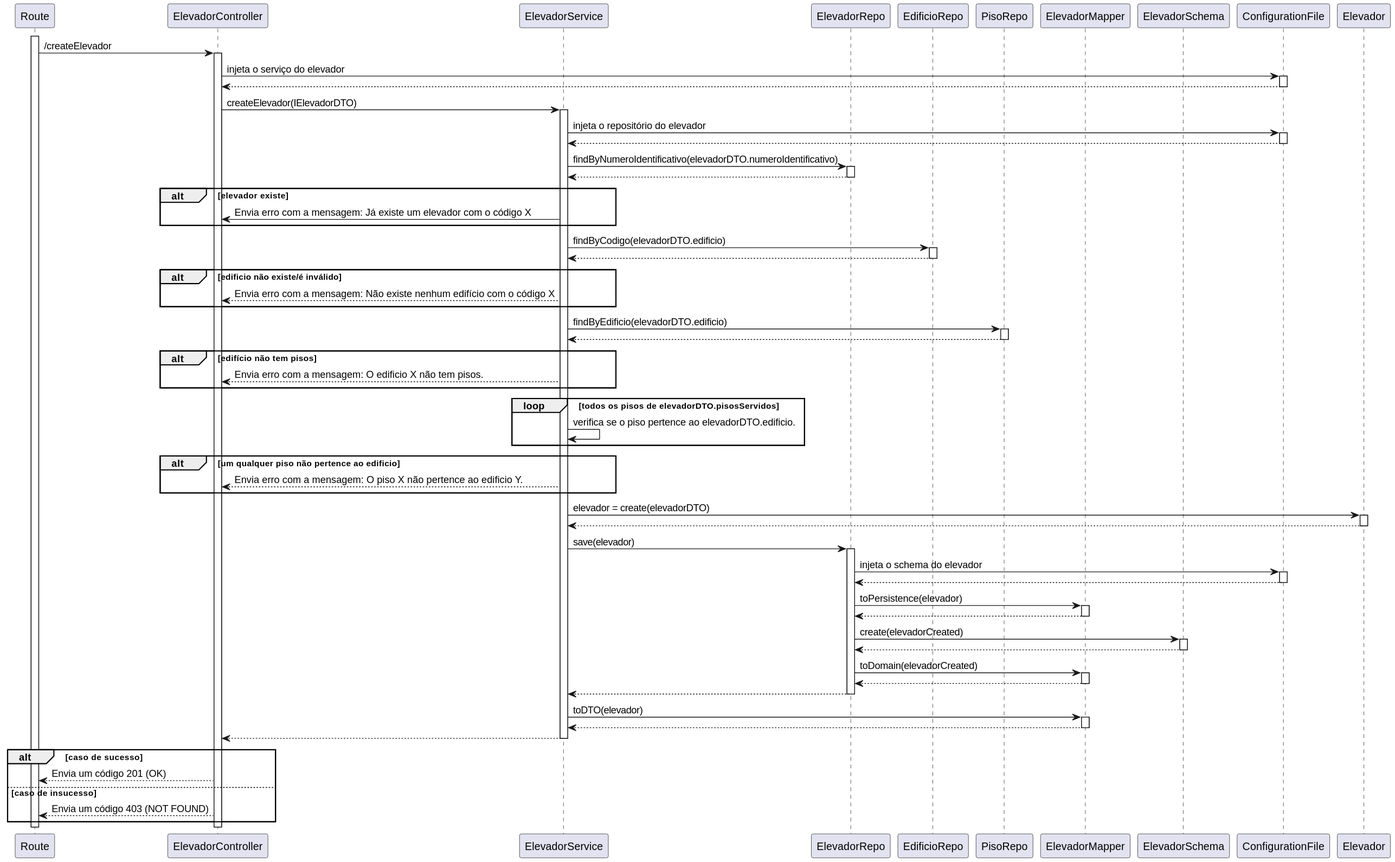
Above: docs/use_cases/UC270/vp270.svg in SlimJesus25/SEM5_PI (PlantUML), before the change.
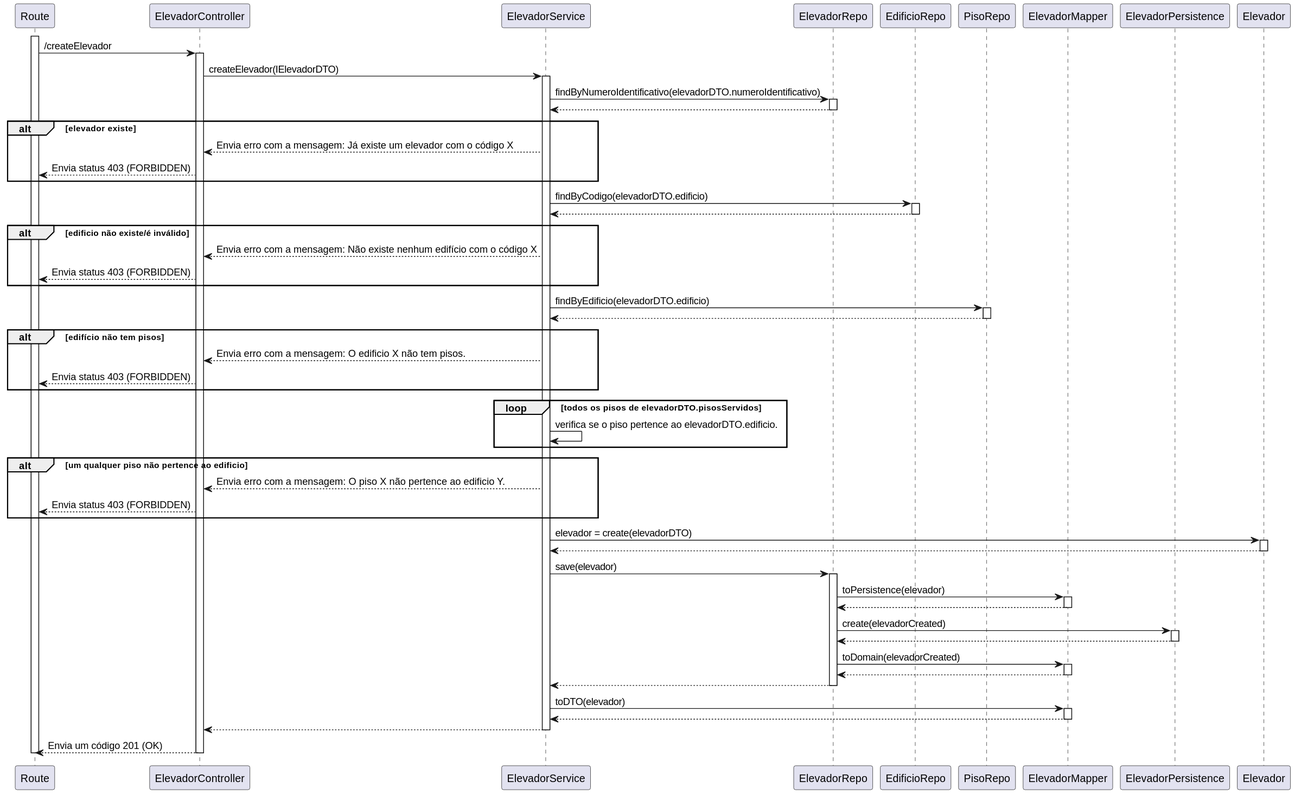
After the change.

Change to the diagram source:
```diff
@@ -7,29 +7,21 @@
 participant EdificioRepo as repoEdi
 participant PisoRepo as repoPis
 participant ElevadorMapper as mapper
-participant ElevadorSchema as schema
-participant ConfigurationFile as conf
+participant ElevadorPersistence as pers
 participant Elevador as model
 
 activate route
 route -> ctrl : /createElevador
 activate ctrl
-ctrl -> conf : injeta o serviço do elevador
-activate conf
-conf --> ctrl
-deactivate conf
 ctrl -> svc : createElevador(IElevadorDTO)
 activate svc
-svc -> conf : injeta o repositório do elevador
-activate conf
-conf --> svc
-deactivate conf
 svc -> repoEle : findByNumeroIdentificativo(elevadorDTO.numeroIdentificativo)
 activate repoEle
 repoEle --> svc
 deactivate repoEle
 alt elevador existe
-    svc -> ctrl : Envia erro com a mensagem: Já existe um elevador com o código X
+    svc --> ctrl : Envia erro com a mensagem: Já existe um elevador com o código X
+    ctrl --> route : Envia status 403 (FORBIDDEN)
 end
 svc -> repoEdi : findByCodigo(elevadorDTO.edificio)
 activate repoEdi
@@ -37,6 +29,7 @@
 deactivate repoEdi
 alt edificio não existe/é inválido
     svc --> ctrl : Envia erro com a mensagem: Não existe nenhum edifício com o código X
+    ctrl --> route : Envia status 403 (FORBIDDEN)
 end
 svc -> repoPis : findByEdificio(elevadorDTO.edificio)
 activate repoPis
@@ -44,12 +37,14 @@
 deactivate repoPis
 alt edifício não tem pisos
     svc --> ctrl : Envia erro com a mensagem: O edificio X não tem pisos.
+    ctrl --> route : Envia status 403 (FORBIDDEN)
 end
 loop todos os pisos de elevadorDTO.pisosServidos
     svc -> svc : verifica se o piso pertence ao elevadorDTO.edificio.
 end
 alt um qualquer piso não pertence ao edificio
     svc --> ctrl : Envia erro com a mensagem: O piso X não pertence ao edificio Y.
+    ctrl --> route : Envia status 403 (FORBIDDEN)
 end
 svc -> model : elevador = create(elevadorDTO)
 activate model
@@ -57,18 +52,14 @@
 deactivate model
 svc -> repoEle : save(elevador)
 activate repoEle
-repoEle -> conf : injeta o schema do elevador
-activate conf
-conf --> repoEle
-deactivate conf
 repoEle -> mapper : toPersistence(elevador)
 activate mapper
 mapper --> repoEle
 deactivate mapper
-repoEle -> schema : create(elevadorCreated)
-activate schema
-schema --> repoEle
-deactivate schema
+repoEle -> pers : create(elevadorCreated)
+activate pers
+pers --> repoEle
+deactivate pers
 repoEle -> mapper : toDomain(elevadorCreated)
 activate mapper
 mapper --> repoEle
@@ -81,11 +72,7 @@
 deactivate mapper
 svc --> ctrl
 deactivate svc
-alt caso de sucesso
-    ctrl --> route : Envia um código 201 (OK)
-else caso de insucesso
-    ctrl --> route : Envia um código 403 (NOT FOUND)
-end
+ctrl --> route : Envia um código 201 (OK)
 deactivate ctrl
 deactivate route
 
```
